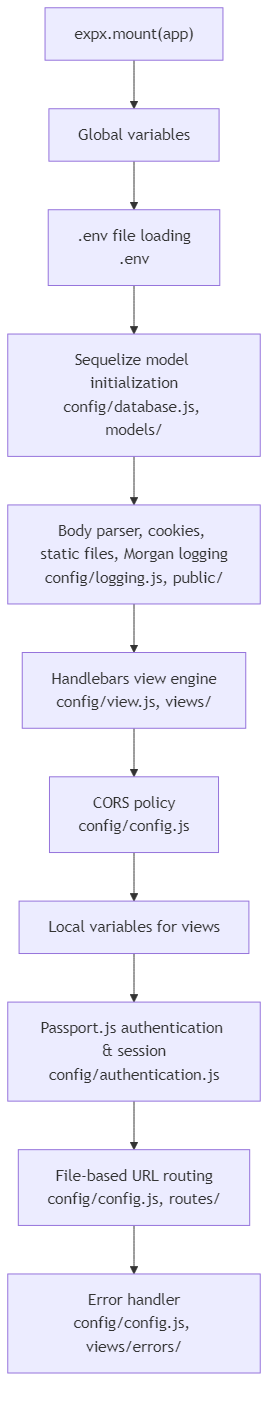
The Mermaid diagram screenshots/mount-flow.png in shumatsumonobu/express-sweet, before a commit. Its source is kept beside it as screenshots/mount-flow.mmd. The source it was exported from:
```mermaid
flowchart TD
    A["expx.mount(app)"] --> B["Global variables"]
    B --> C[".env file loading\n.env"]
    C --> D["Sequelize model initialization\nconfig/database.js, models/"]
    D --> E["Body parser, cookies, static files, Morgan logging\nconfig/logging.js, public/"]
    E --> F["Handlebars view engine\nconfig/view.js, views/"]
    F --> G["CORS policy\nconfig/config.js"]
    G --> H["Local variables for views"]
    H --> I["Passport.js authentication & session\nconfig/authentication.js"]
    I --> J["File-based URL routing\nconfig/config.js, routes/"]
    J --> K["Error handler\nconfig/config.js, views/errors/"]
```
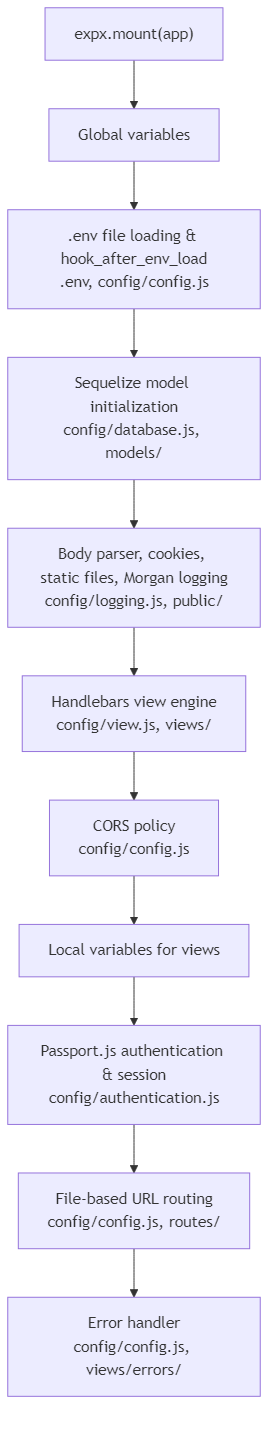
The same diagram one commit later.

The edit, as a diff of the source:
```diff
@@ -1,6 +1,6 @@
 flowchart TD
     A["expx.mount(app)"] --> B["Global variables"]
-    B --> C[".env file loading\n.env"]
+    B --> C[".env file loading & hook_after_env_load\n.env, config/config.js"]
     C --> D["Sequelize model initialization\nconfig/database.js, models/"]
     D --> E["Body parser, cookies, static files, Morgan logging\nconfig/logging.js, public/"]
     E --> F["Handlebars view engine\nconfig/view.js, views/"]
```
